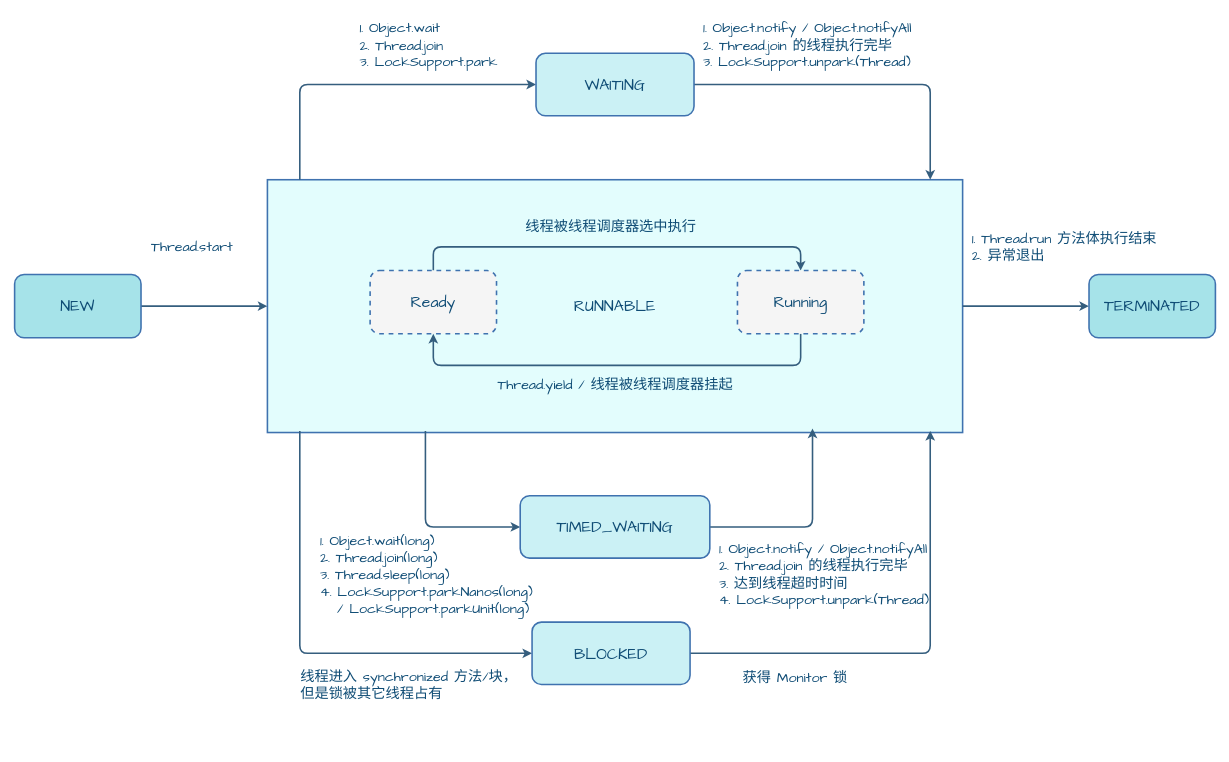
The draw.io diagram page "线程状态" (1 of 7) of assets/Java/JavaCore/Java_并发_线程.drawio in dunwu/waterdrop, before the edit. Source tidied: cells renumbered, new cells numbered last; positions are measured from the earlier drawing's top-left corner, leaving out a move shared by most shapes. Both pictures are drawn from the tidied source at 79%, with x=0, y=0 at pixel (14, 13).
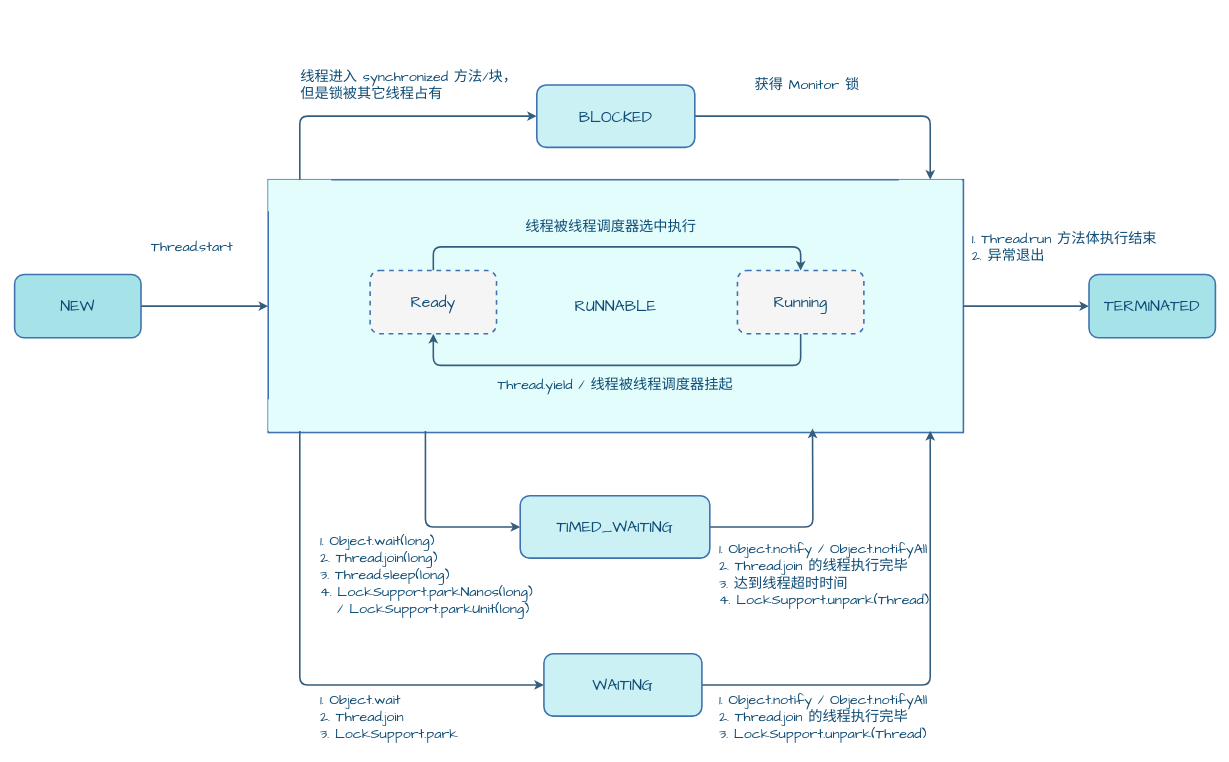
Above is the later version.

The change refers to these unchanged cells:
```xml
<mxCell id="3" style="rounded=0;whiteSpace=wrap;html=1;strokeColor=none;fillColor=#E3FDFD;fontColor=#0F4C75;shadow=0;fontFamily=Comic Sans MS;" parent="1" vertex="1">
  <mxGeometry x="970" y="485" width="80" height="40" as="geometry" />
</mxCell>
<mxCell id="4" style="rounded=0;whiteSpace=wrap;html=1;strokeColor=none;fillColor=#E3FDFD;fontColor=#0F4C75;shadow=0;fontFamily=Comic Sans MS;" parent="1" vertex="1">
  <mxGeometry x="321" y="210" width="80" height="40" as="geometry" />
</mxCell>
<mxCell id="5" style="rounded=0;whiteSpace=wrap;html=1;strokeColor=none;fillColor=#E3FDFD;fontColor=#0F4C75;shadow=0;fontFamily=Comic Sans MS;" parent="1" vertex="1">
  <mxGeometry x="1119" y="210" width="80" height="40" as="geometry" />
</mxCell>
<mxCell id="6" style="rounded=0;whiteSpace=wrap;html=1;strokeColor=none;fillColor=#E3FDFD;fontColor=#0F4C75;shadow=0;fontFamily=Comic Sans MS;" parent="1" vertex="1">
  <mxGeometry x="321" y="488" width="80" height="40" as="geometry" />
</mxCell>
<mxCell id="7" style="rounded=0;whiteSpace=wrap;html=1;strokeColor=none;fillColor=#E3FDFD;fontColor=#0F4C75;shadow=0;fontFamily=Comic Sans MS;" parent="1" vertex="1">
  <mxGeometry x="1119" y="488" width="80" height="40" as="geometry" />
</mxCell>
<mxCell id="30" value="TIMED_WAITING" style="rounded=1;whiteSpace=wrap;html=1;fillColor=#CBF1F5;strokeColor=#3F72AF;shadow=0;fontFamily=Comic Sans MS;fontStyle=0;fontSize=20;fontColor=#0F4C75;strokeWidth=2;" parent="1" vertex="1">
  <mxGeometry x="640" y="610" width="240" height="79" as="geometry" />
</mxCell>
```

What changed in the source:
```diff
@@
+    <mxCell id="8" value="RUNNABLE" style="rounded=0;whiteSpace=wrap;html=1;fillColor=#E3FDFD;strokeColor=#3F72AF;shadow=0;fontFamily=Comic Sans MS;fontStyle=0;fontSize=20;glass=0;fontColor=#0F4C75;strokeWidth=2;" parent="1" vertex="1">
+      <mxGeometry x="321" y="210" width="880" height="320" as="geometry" />
+    </mxCell>
@@
-    <mxCell id="8" value="RUNNABLE" style="rounded=0;whiteSpace=wrap;html=1;fillColor=#E3FDFD;strokeColor=#3F72AF;shadow=0;fontFamily=Comic Sans MS;fontStyle=0;fontSize=20;glass=0;fontColor=#0F4C75;strokeWidth=2;" parent="1" vertex="1">
-      <mxGeometry x="320" y="210" width="880" height="320" as="geometry" />
-    </mxCell>
@@
-    <mxCell id="10" style="edgeStyle=orthogonalEdgeStyle;rounded=1;jettySize=auto;html=1;entryX=0;entryY=0.5;entryDx=0;entryDy=0;fontColor=#0F4C75;strokeWidth=2;strokeColor=#355E7E;exitX=0.5;exitY=0;exitDx=0;exitDy=0;shadow=0;fontFamily=Comic Sans MS;" parent="1" edge="1" source="4" target="31">
+    <mxCell id="10" style="edgeStyle=orthogonalEdgeStyle;rounded=1;jettySize=auto;html=1;entryX=0;entryY=0.5;entryDx=0;entryDy=0;fontColor=#0F4C75;strokeWidth=2;strokeColor=#355E7E;exitX=0.5;exitY=1;exitDx=0;exitDy=0;shadow=0;fontFamily=Comic Sans MS;" parent="1" edge="1" source="6" target="31">
       <mxGeometry relative="1" as="geometry" />
     </mxCell>
-    <mxCell id="11" style="edgeStyle=orthogonalEdgeStyle;rounded=1;jettySize=auto;html=1;entryX=0;entryY=0.5;entryDx=0;entryDy=0;fontColor=#0F4C75;strokeWidth=2;strokeColor=#355E7E;exitX=0.5;exitY=1;exitDx=0;exitDy=0;shadow=0;fontFamily=Comic Sans MS;" parent="1" edge="1" source="6" target="20">
+    <mxCell id="11" style="edgeStyle=orthogonalEdgeStyle;rounded=1;jettySize=auto;html=1;entryX=0;entryY=0.5;entryDx=0;entryDy=0;fontColor=#0F4C75;strokeWidth=2;strokeColor=#355E7E;exitX=0.5;exitY=0;exitDx=0;exitDy=0;shadow=0;fontFamily=Comic Sans MS;" parent="1" edge="1" source="4" target="20">
       <mxGeometry relative="1" as="geometry" />
     </mxCell>
@@
-    <mxCell id="18" style="edgeStyle=orthogonalEdgeStyle;rounded=1;jettySize=auto;html=1;exitX=1;exitY=0.5;exitDx=0;exitDy=0;entryX=0.5;entryY=1;entryDx=0;entryDy=0;strokeWidth=2;strokeColor=#355E7E;fontColor=#0F4C75;shadow=0;fontFamily=Comic Sans MS;" parent="1" edge="1" source="30" target="3">
-      <mxGeometry relative="1" as="geometry" />
+    <mxCell id="18" style="edgeStyle=orthogonalEdgeStyle;rounded=1;jettySize=auto;html=1;exitX=1;exitY=0.5;exitDx=0;exitDy=0;strokeWidth=2;strokeColor=#355E7E;fontColor=#0F4C75;shadow=0;fontFamily=Comic Sans MS;" parent="1" edge="1" source="30">
+      <mxGeometry relative="1" as="geometry">
+        <mxPoint x="1010" y="525" as="targetPoint" />
+      </mxGeometry>
     </mxCell>
-    <mxCell id="19" style="edgeStyle=orthogonalEdgeStyle;shape=connector;rounded=1;jettySize=auto;html=1;labelBackgroundColor=default;strokeColor=#355E7E;strokeWidth=2;align=center;verticalAlign=middle;fontFamily=Comic Sans MS;fontSize=11;fontColor=#0F4C75;endArrow=classic;exitX=1;exitY=0.5;exitDx=0;exitDy=0;entryX=0.5;entryY=1;entryDx=0;entryDy=0;shadow=0;" parent="1" edge="1" source="20" target="7">
-      <mxGeometry relative="1" as="geometry" />
-    </mxCell>
+    <mxCell id="37" style="edgeStyle=orthogonalEdgeStyle;shape=connector;rounded=1;jettySize=auto;html=1;exitX=1;exitY=0.5;exitDx=0;exitDy=0;entryX=0.5;entryY=0;entryDx=0;entryDy=0;shadow=0;strokeColor=#355E7E;strokeWidth=2;align=center;verticalAlign=middle;fontFamily=Comic Sans MS;fontSize=11;fontColor=#0F4C75;labelBackgroundColor=default;endArrow=classic;" parent="1" edge="1" source="20" target="5">
+      <mxGeometry relative="1" as="geometry" />
+    </mxCell>
     <mxCell id="20" value="BLOCKED" style="rounded=1;whiteSpace=wrap;html=1;fillColor=#CBF1F5;strokeColor=#3F72AF;shadow=0;fontFamily=Comic Sans MS;fontStyle=0;fontSize=20;fontColor=#0F4C75;strokeWidth=2;" parent="1" vertex="1">
-      <mxGeometry x="655" y="770" width="200" height="79" as="geometry" />
+      <mxGeometry x="661" y="90" width="200" height="79" as="geometry" />
     </mxCell>
@@
-    <mxCell id="25" style="edgeStyle=orthogonalEdgeStyle;shape=connector;rounded=1;jettySize=auto;html=1;labelBackgroundColor=default;strokeColor=#355E7E;strokeWidth=2;align=center;verticalAlign=middle;fontFamily=Comic Sans MS;fontSize=11;fontColor=#0F4C75;endArrow=classic;entryX=0.5;entryY=0;entryDx=0;entryDy=0;exitX=1;exitY=0.5;exitDx=0;exitDy=0;shadow=0;" parent="1" edge="1" source="31" target="5">
-      <mxGeometry relative="1" as="geometry" />
-    </mxCell>
@@
     <mxCell id="28" value="&lt;div style=&quot;font-size: 18px;&quot;&gt;&lt;div&gt;1. Object.wait&lt;/div&gt;&lt;div&gt;2. Thread.join&lt;/div&gt;&lt;div&gt;3. LockSupport.park&lt;/div&gt;&lt;/div&gt;" style="text;html=1;align=left;verticalAlign=middle;strokeColor=none;fillColor=none;fontSize=18;fontColor=#0F4C75;shadow=0;fontFamily=Comic Sans MS;" parent="1" vertex="1">
-      <mxGeometry x="435" width="190" height="80" as="geometry" />
+      <mxGeometry x="385" y="850" width="190" height="80" as="geometry" />
     </mxCell>
@@
+    <mxCell id="38" style="edgeStyle=orthogonalEdgeStyle;shape=connector;rounded=1;jettySize=auto;html=1;exitX=1;exitY=0.5;exitDx=0;exitDy=0;entryX=0.5;entryY=1;entryDx=0;entryDy=0;shadow=0;strokeColor=#355E7E;strokeWidth=2;align=center;verticalAlign=middle;fontFamily=Comic Sans MS;fontSize=11;fontColor=#0F4C75;labelBackgroundColor=default;endArrow=classic;" parent="1" edge="1" source="31" target="7">
+      <mxGeometry relative="1" as="geometry" />
+    </mxCell>
     <mxCell id="31" value="WAITING" style="rounded=1;whiteSpace=wrap;html=1;fillColor=#CBF1F5;strokeColor=#3F72AF;shadow=0;fontFamily=Comic Sans MS;fontStyle=0;fontSize=20;fontColor=#0F4C75;strokeWidth=2;" parent="1" vertex="1">
-      <mxGeometry x="660" y="50" width="200" height="79" as="geometry" />
+      <mxGeometry x="670" y="810" width="200" height="79" as="geometry" />
     </mxCell>
     <mxCell id="32" value="&lt;div&gt;1. Object.notify / Object.notifyAll&lt;/div&gt;&lt;div&gt;2. Thread.join 的线程执行完毕&lt;/div&gt;&lt;div&gt;3. LockSupport.unpark(Thread)&lt;/div&gt;" style="text;html=1;align=left;verticalAlign=middle;strokeColor=none;fillColor=none;fontSize=18;fontFamily=Comic Sans MS;fontColor=#0F4C75;shadow=0;" parent="1" vertex="1">
-      <mxGeometry x="870" width="320" height="80" as="geometry" />
+      <mxGeometry x="890" y="850" width="320" height="80" as="geometry" />
     </mxCell>
@@
     <mxCell id="34" value="获得 Monitor 锁" style="text;html=1;align=left;verticalAlign=middle;strokeColor=none;fillColor=none;fontSize=18;fontFamily=Comic Sans MS;fontColor=#0F4C75;shadow=0;" parent="1" vertex="1">
-      <mxGeometry x="920" y="820" width="150" height="40" as="geometry" />
+      <mxGeometry x="935" y="70" width="150" height="40" as="geometry" />
     </mxCell>
     <mxCell id="35" value="线程进入 synchronized 方法/块，但是锁被其它线程占有" style="rounded=0;whiteSpace=wrap;html=1;align=left;verticalAlign=middle;fontFamily=Comic Sans MS;fontSize=18;fontColor=#0F4C75;fillColor=none;gradientColor=none;strokeColor=none;shadow=0;" parent="1" vertex="1">
-      <mxGeometry x="360" y="820" width="280" height="60" as="geometry" />
+      <mxGeometry x="360" y="60" width="280" height="60" as="geometry" />
     </mxCell>
```
